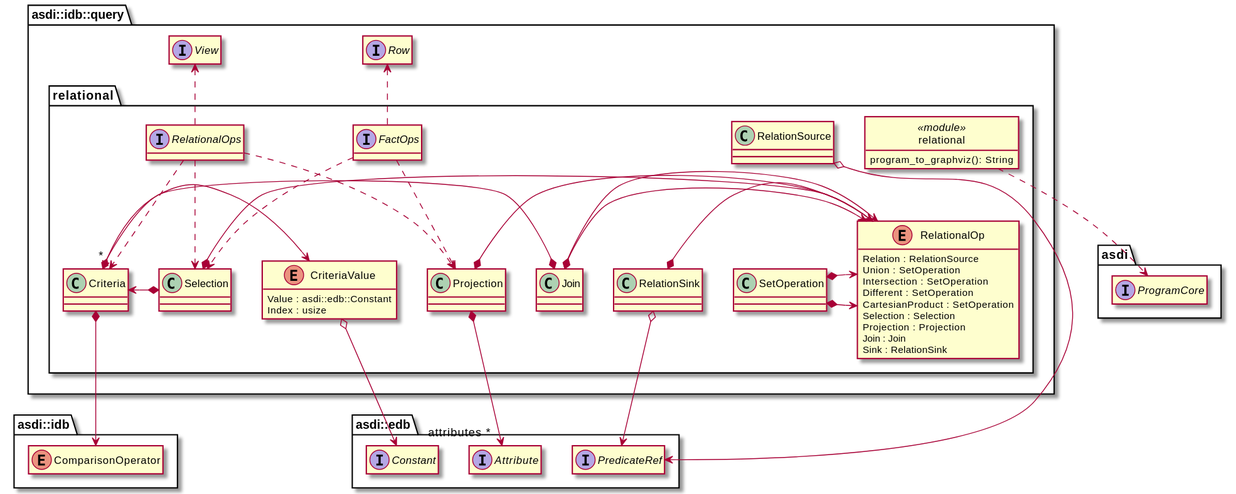
johnstonskj/rust-asdi keeps this PlantUML diagram as book/src/model/idb_query_relational.svg. Above is the earlier version.
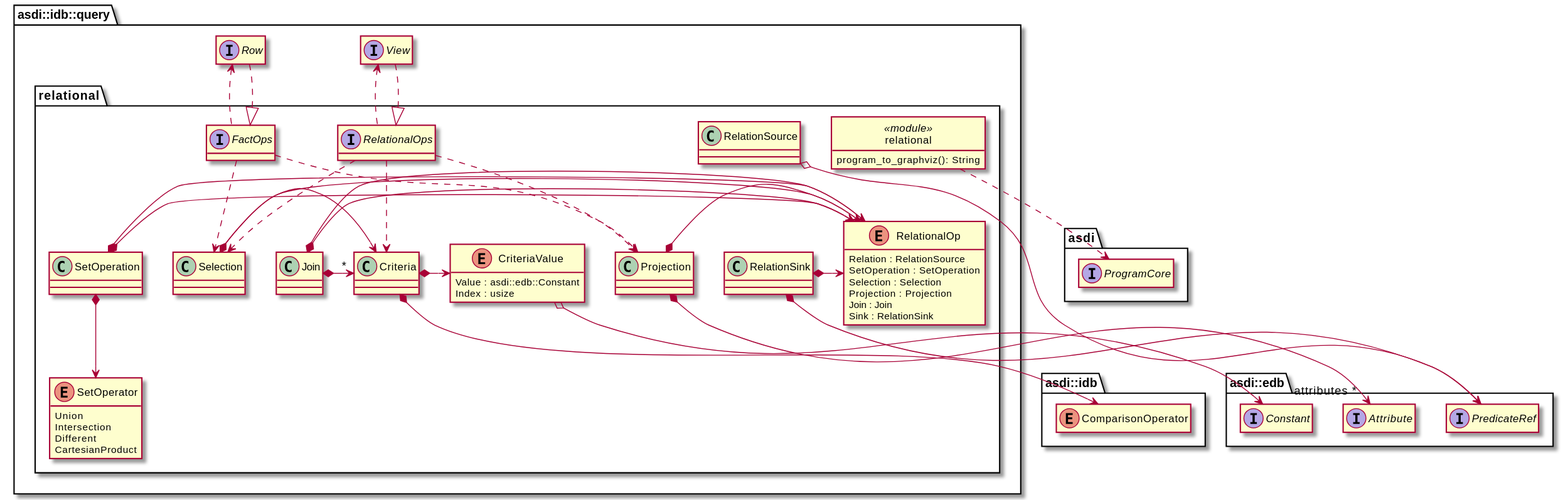
Later version of the same file.

Diff of the diagram source:
```diff
@@ -40,12 +40,16 @@
         Index : usize
     }
 
+    enum SetOperator {
+        Union
+        Intersection
+        Different
+        CartesianProduct
+    }
+
     enum RelationalOp {
         Relation : RelationSource
-        Union : SetOperation
-        Intersection : SetOperation
-        Different : SetOperation
-        CartesianProduct : SetOperation
+        SetOperation : SetOperation
         Selection : Selection
         Projection : Projection
         Join : Join
@@ -56,6 +60,7 @@
 
     SetOperation *-> RelationalOp
     SetOperation *-> RelationalOp
+    SetOperation *-down-> SetOperator
 
     CriteriaValue o-down-> asdi::edb::Constant
     Criteria *-> CriteriaValue
@@ -74,14 +79,16 @@
     FactOps ..> Projection
     FactOps ..> Selection
     FactOps .up.> asdi::idb::query::Row
+    FactOps <|.up. asdi::idb::query::Row
 
     RelationalOps ..> Criteria
     RelationalOps ..> Projection
     RelationalOps ..> Selection
     RelationalOps .up.> asdi::idb::query::View
+    RelationalOps <|.up. asdi::idb::query::View
 
     RelationSink *-> RelationalOp
-    RelationSink o-> asdi::edb::PredicateRef
+    RelationSink *-> asdi::edb::PredicateRef
 
     class relational << module >> {
         program_to_graphviz(): String
```
